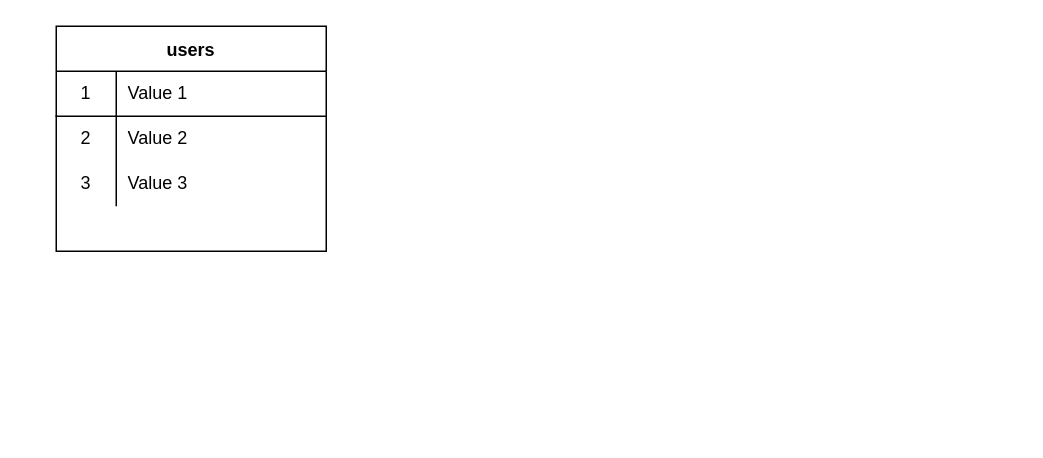
project-ultra-2022/db.postgresql keeps this draw.io diagram as santiago/documentacion/db.drawio. Above is the earlier version. Source tidied: cells renumbered, new cells numbered last; positions are measured from the earlier drawing's top-left corner, leaving out a move shared by most shapes. Both pictures are drawn from the tidied source at 150%, with x=0, y=0 at pixel (56, 26).
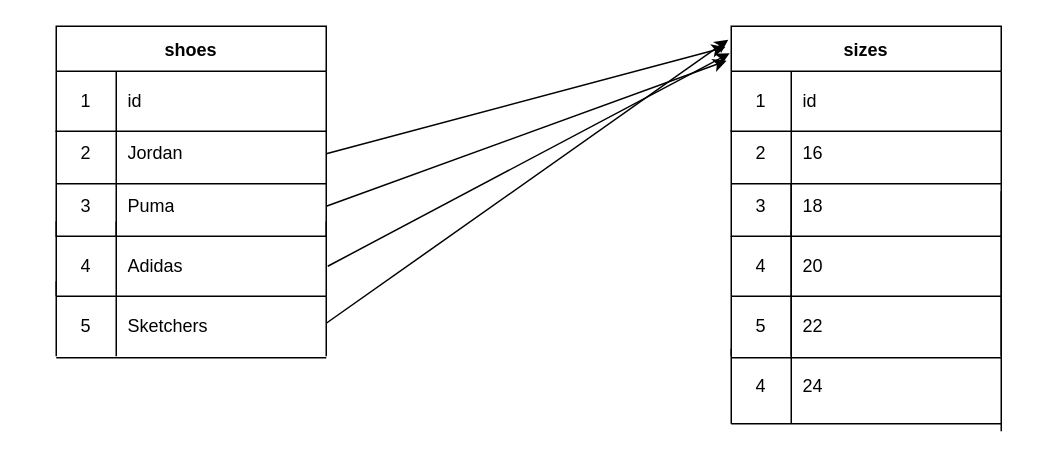
The same diagram, later.

Commit message:
Tarea punto 2 - Santiago

Diff of the diagram source:
```diff
@@
-    <mxCell id="2" value="users" style="shape=table;startSize=30;childLayout=tableLayout;rowLines=0;fontStyle=1;align=center;" parent="1" vertex="1">
-      <mxGeometry width="180" height="150" as="geometry" />
+    <mxCell id="2" value="shoes" style="shape=table;startSize=30;childLayout=tableLayout;rowLines=0;fontStyle=1;align=center;" parent="1" vertex="1">
+      <mxGeometry width="180" height="140" as="geometry" />
     </mxCell>
     <mxCell id="3" style="shape=partialRectangle;html=1;whiteSpace=wrap;fillColor=none;top=0;left=0;bottom=1;right=0;" parent="2" vertex="1">
-      <mxGeometry y="30" width="180" height="30" as="geometry" />
+      <mxGeometry y="30" width="180" height="40" as="geometry" />
     </mxCell>
     <mxCell id="4" value="1" style="shape=partialRectangle;html=1;whiteSpace=wrap;fillColor=none;top=0;left=0;bottom=0;right=0;overflow=hidden;" parent="3" vertex="1">
-      <mxGeometry width="40" height="30" as="geometry" />
+      <mxGeometry width="40" height="40" as="geometry" />
     </mxCell>
-    <mxCell id="5" value="Value 1" style="shape=partialRectangle;html=1;whiteSpace=wrap;fillColor=none;top=0;left=0;bottom=0;right=0;align=left;spacingLeft=6;overflow=hidden;" parent="3" vertex="1">
-      <mxGeometry x="40" width="140" height="30" as="geometry" />
+    <mxCell id="5" value="id" style="shape=partialRectangle;html=1;whiteSpace=wrap;fillColor=none;top=0;left=0;bottom=0;right=0;align=left;spacingLeft=6;overflow=hidden;" parent="3" vertex="1">
+      <mxGeometry x="40" width="140" height="40" as="geometry" />
     </mxCell>
     <mxCell id="6" style="shape=partialRectangle;html=1;whiteSpace=wrap;fillColor=none;top=0;left=0;bottom=0;right=0;points=[[0,0.5],[1,0.5]];portConstraint=eastwest;" parent="2" vertex="1">
-      <mxGeometry y="60" width="180" height="30" as="geometry" />
+      <mxGeometry y="70" width="180" height="30" as="geometry" />
     </mxCell>
@@
-    <mxCell id="8" value="Value 2" style="shape=partialRectangle;html=1;whiteSpace=wrap;fillColor=none;top=0;left=0;bottom=0;right=0;align=left;spacingLeft=6;overflow=hidden;" parent="6" vertex="1">
+    <mxCell id="8" value="Jordan" style="shape=partialRectangle;html=1;whiteSpace=wrap;fillColor=none;top=0;left=0;bottom=0;right=0;align=left;spacingLeft=6;overflow=hidden;" parent="6" vertex="1">
       <mxGeometry x="40" width="140" height="30" as="geometry" />
     </mxCell>
     <mxCell id="9" style="shape=partialRectangle;html=1;whiteSpace=wrap;fillColor=none;top=0;left=0;bottom=0;right=0;points=[[0,0.5],[1,0.5]];portConstraint=eastwest;" parent="2" vertex="1">
-      <mxGeometry y="90" width="180" height="30" as="geometry" />
+      <mxGeometry y="100" width="180" height="40" as="geometry" />
     </mxCell>
     <mxCell id="10" value="3" style="shape=partialRectangle;html=1;whiteSpace=wrap;fillColor=none;top=0;left=0;bottom=0;right=0;overflow=hidden;" parent="9" vertex="1">
-      <mxGeometry width="40" height="30" as="geometry" />
+      <mxGeometry width="40" height="40" as="geometry" />
     </mxCell>
-    <mxCell id="11" value="Value 3" style="shape=partialRectangle;html=1;whiteSpace=wrap;fillColor=none;top=0;left=0;bottom=0;right=0;align=left;spacingLeft=6;overflow=hidden;" parent="9" vertex="1">
-      <mxGeometry x="40" width="140" height="30" as="geometry" />
+    <mxCell id="11" value="Puma" style="shape=partialRectangle;html=1;whiteSpace=wrap;fillColor=none;top=0;left=0;bottom=0;right=0;align=left;spacingLeft=6;overflow=hidden;" parent="9" vertex="1">
+      <mxGeometry x="40" width="140" height="40" as="geometry" />
     </mxCell>
+    <mxCell id="12" value="sizes" style="shape=table;startSize=30;childLayout=tableLayout;rowLines=0;fontStyle=1;align=center;" parent="1" vertex="1">
+      <mxGeometry x="450" width="180" height="140" as="geometry" />
+    </mxCell>
+    <mxCell id="13" style="shape=partialRectangle;html=1;whiteSpace=wrap;fillColor=none;top=0;left=0;bottom=1;right=0;" parent="12" vertex="1">
+      <mxGeometry y="30" width="180" height="40" as="geometry" />
+    </mxCell>
+    <mxCell id="14" value="1" style="shape=partialRectangle;html=1;whiteSpace=wrap;fillColor=none;top=0;left=0;bottom=0;right=0;overflow=hidden;" parent="13" vertex="1">
+      <mxGeometry width="40" height="40" as="geometry" />
+    </mxCell>
+    <mxCell id="15" value="id" style="shape=partialRectangle;html=1;whiteSpace=wrap;fillColor=none;top=0;left=0;bottom=0;right=0;align=left;spacingLeft=6;overflow=hidden;" parent="13" vertex="1">
+      <mxGeometry x="40" width="140" height="40" as="geometry" />
+    </mxCell>
+    <mxCell id="16" style="shape=partialRectangle;html=1;whiteSpace=wrap;fillColor=none;top=0;left=0;bottom=0;right=0;" parent="12" vertex="1">
+      <mxGeometry y="70" width="180" height="30" as="geometry" />
+    </mxCell>
+    <mxCell id="17" value="2" style="shape=partialRectangle;html=1;whiteSpace=wrap;fillColor=none;top=0;left=0;bottom=0;right=0;overflow=hidden;" parent="16" vertex="1">
+      <mxGeometry width="40" height="30" as="geometry" />
+    </mxCell>
+    <mxCell id="18" value="16" style="shape=partialRectangle;html=1;whiteSpace=wrap;fillColor=none;top=0;left=0;bottom=0;right=0;align=left;spacingLeft=6;overflow=hidden;" parent="16" vertex="1">
+      <mxGeometry x="40" width="140" height="30" as="geometry" />
+    </mxCell>
+    <mxCell id="19" style="shape=partialRectangle;html=1;whiteSpace=wrap;fillColor=none;top=0;left=0;bottom=0;right=0;" parent="12" vertex="1">
+      <mxGeometry y="100" width="180" height="40" as="geometry" />
+    </mxCell>
+    <mxCell id="20" value="3" style="shape=partialRectangle;html=1;whiteSpace=wrap;fillColor=none;top=0;left=0;bottom=0;right=0;overflow=hidden;" parent="19" vertex="1">
+      <mxGeometry width="40" height="40" as="geometry" />
+    </mxCell>
+    <mxCell id="21" value="18" style="shape=partialRectangle;html=1;whiteSpace=wrap;fillColor=none;top=0;left=0;bottom=0;right=0;align=left;spacingLeft=6;overflow=hidden;" parent="19" vertex="1">
+      <mxGeometry x="40" width="140" height="40" as="geometry" />
+    </mxCell>
+    <mxCell id="22" style="line;strokeWidth=1;html=1;" parent="1" vertex="1">
+      <mxGeometry y="100" width="180" height="10" as="geometry" />
+    </mxCell>
+    <mxCell id="23" style="line;strokeWidth=1;html=1;" parent="1" vertex="1">
+      <mxGeometry x="450" y="100" width="180" height="10" as="geometry" />
+    </mxCell>
+    <mxCell id="24" value="Adidas" style="shape=partialRectangle;html=1;whiteSpace=wrap;fillColor=none;top=0;left=0;bottom=0;right=0;align=left;spacingLeft=6;overflow=hidden;" parent="1" vertex="1">
+      <mxGeometry x="40" y="140" width="140" height="40" as="geometry" />
+    </mxCell>
+    <mxCell id="25" value="4" style="shape=partialRectangle;html=1;whiteSpace=wrap;fillColor=none;top=0;left=0;bottom=0;right=0;overflow=hidden;" parent="1" vertex="1">
+      <mxGeometry y="140" width="40" height="40" as="geometry" />
+    </mxCell>
+    <mxCell id="26" style="line;strokeWidth=1;direction=south;html=1;" parent="1" vertex="1">
+      <mxGeometry x="-20" y="130" width="40" height="50" as="geometry" />
+    </mxCell>
+    <mxCell id="27" style="line;strokeWidth=1;direction=south;html=1;" parent="1" vertex="1">
+      <mxGeometry x="30" y="130" width="20" height="90" as="geometry" />
+    </mxCell>
+    <mxCell id="28" style="line;strokeWidth=1;direction=south;html=1;" parent="1" vertex="1">
+      <mxGeometry x="170" y="130" width="20" height="50" as="geometry" />
+    </mxCell>
+    <mxCell id="29" style="line;strokeWidth=1;html=1;" parent="1" vertex="1">
+      <mxGeometry y="170" width="180" height="20" as="geometry" />
+    </mxCell>
+    <mxCell id="30" value="20" style="shape=partialRectangle;html=1;whiteSpace=wrap;fillColor=none;top=0;left=0;bottom=0;right=0;align=left;spacingLeft=6;overflow=hidden;" parent="1" vertex="1">
+      <mxGeometry x="490" y="130" width="140" height="60" as="geometry" />
+    </mxCell>
+    <mxCell id="31" value="4" style="shape=partialRectangle;html=1;whiteSpace=wrap;fillColor=none;top=0;left=0;bottom=0;right=0;overflow=hidden;" parent="1" vertex="1">
+      <mxGeometry x="450" y="140" width="40" height="40" as="geometry" />
+    </mxCell>
+    <mxCell id="32" style="line;strokeWidth=1;html=1;" parent="1" vertex="1">
+      <mxGeometry x="450" y="160" width="180" height="40" as="geometry" />
+    </mxCell>
+    <mxCell id="33" style="line;strokeWidth=1;direction=south;html=1;" parent="1" vertex="1">
+      <mxGeometry x="440" y="140" width="20" height="40" as="geometry" />
+    </mxCell>
+    <mxCell id="34" style="line;strokeWidth=1;direction=south;html=1;" parent="1" vertex="1">
+      <mxGeometry x="620" y="140" width="20" height="40" as="geometry" />
+    </mxCell>
+    <mxCell id="35" style="line;strokeWidth=1;direction=south;html=1;" parent="1" vertex="1">
+      <mxGeometry x="480" y="136" width="20" height="44" as="geometry" />
+    </mxCell>
+    <mxCell id="36" value="22" style="shape=partialRectangle;html=1;whiteSpace=wrap;fillColor=none;top=0;left=0;bottom=0;right=0;align=left;spacingLeft=6;overflow=hidden;" parent="1" vertex="1">
+      <mxGeometry x="490" y="180" width="140" height="40" as="geometry" />
+    </mxCell>
+    <mxCell id="37" value="5" style="shape=partialRectangle;html=1;whiteSpace=wrap;fillColor=none;top=0;left=0;bottom=0;right=0;overflow=hidden;" parent="1" vertex="1">
+      <mxGeometry x="450" y="180" width="40" height="40" as="geometry" />
+    </mxCell>
+    <mxCell id="38" value="24" style="shape=partialRectangle;html=1;whiteSpace=wrap;fillColor=none;top=0;left=0;bottom=0;right=0;align=left;spacingLeft=6;overflow=hidden;" parent="1" vertex="1">
+      <mxGeometry x="490" y="220" width="140" height="40" as="geometry" />
+    </mxCell>
+    <mxCell id="39" value="4" style="shape=partialRectangle;html=1;whiteSpace=wrap;fillColor=none;top=0;left=0;bottom=0;right=0;overflow=hidden;" parent="1" vertex="1">
+      <mxGeometry x="450" y="220" width="40" height="40" as="geometry" />
+    </mxCell>
+    <mxCell id="40" style="line;strokeWidth=1;html=1;" parent="1" vertex="1">
+      <mxGeometry x="450" y="216" width="180" height="10" as="geometry" />
+    </mxCell>
+    <mxCell id="41" style="line;strokeWidth=1;direction=south;html=1;" parent="1" vertex="1">
+      <mxGeometry x="445" y="180" width="10" height="40" as="geometry" />
+    </mxCell>
+    <mxCell id="42" style="line;strokeWidth=1;direction=south;html=1;" parent="1" vertex="1">
+      <mxGeometry x="485" y="180" width="10" height="40" as="geometry" />
+    </mxCell>
+    <mxCell id="43" style="line;strokeWidth=1;direction=south;html=1;" parent="1" vertex="1">
+      <mxGeometry x="625" y="180" width="10" height="40" as="geometry" />
+    </mxCell>
+    <mxCell id="44" style="line;strokeWidth=1;direction=south;html=1;" parent="1" vertex="1">
+      <mxGeometry x="625" y="110" width="10" height="160" as="geometry" />
+    </mxCell>
+    <mxCell id="45" style="line;strokeWidth=1;html=1;" parent="1" vertex="1">
+      <mxGeometry x="450" y="260" width="180" height="10" as="geometry" />
+    </mxCell>
+    <mxCell id="46" style="line;strokeWidth=1;direction=south;html=1;" parent="1" vertex="1">
+      <mxGeometry x="485" y="105" width="10" height="160" as="geometry" />
+    </mxCell>
+    <mxCell id="47" style="line;strokeWidth=1;direction=south;html=1;" parent="1" vertex="1">
+      <mxGeometry x="445" y="215" width="10" height="50" as="geometry" />
+    </mxCell>
+    <mxCell id="48" value="Sketchers" style="shape=partialRectangle;html=1;whiteSpace=wrap;fillColor=none;top=0;left=0;bottom=0;right=0;align=left;spacingLeft=6;overflow=hidden;" parent="1" vertex="1">
+      <mxGeometry x="40" y="180" width="140" height="40" as="geometry" />
+    </mxCell>
+    <mxCell id="49" value="5" style="shape=partialRectangle;html=1;whiteSpace=wrap;fillColor=none;top=0;left=0;bottom=0;right=0;overflow=hidden;" parent="1" vertex="1">
+      <mxGeometry y="180" width="40" height="40" as="geometry" />
+    </mxCell>
+    <mxCell id="50" style="line;strokeWidth=1;html=1;" parent="1" vertex="1">
+      <mxGeometry y="216" width="180" height="10" as="geometry" />
+    </mxCell>
+    <mxCell id="51" style="line;strokeWidth=1;direction=south;html=1;" parent="1" vertex="1">
+      <mxGeometry x="175" y="180" width="10" height="40" as="geometry" />
+    </mxCell>
+    <mxCell id="52" style="line;strokeWidth=1;direction=south;html=1;" parent="1" vertex="1">
+      <mxGeometry x="-5" y="170" width="10" height="50" as="geometry" />
+    </mxCell>
+    <mxCell id="53" style="endArrow=classic;html=1;exitX=1;exitY=0.5;exitDx=0;exitDy=0;entryX=-0.022;entryY=0.1;entryDx=0;entryDy=0;entryPerimeter=0;" parent="1" edge="1" source="6" target="12">
+      <mxGeometry relative="1" as="geometry" />
+    </mxCell>
+    <mxCell id="54" style="endArrow=classic;html=1;exitX=1;exitY=0.5;exitDx=0;exitDy=0;entryX=-0.017;entryY=0.164;entryDx=0;entryDy=0;entryPerimeter=0;" parent="1" edge="1" source="9" target="12">
+      <mxGeometry relative="1" as="geometry" />
+    </mxCell>
+    <mxCell id="55" style="endArrow=classic;html=1;exitX=0.6;exitY=0.45;exitDx=0;exitDy=0;exitPerimeter=0;entryX=-0.006;entryY=0.129;entryDx=0;entryDy=0;entryPerimeter=0;" parent="1" edge="1" source="28" target="12">
+      <mxGeometry relative="1" as="geometry" />
+    </mxCell>
+    <mxCell id="56" style="endArrow=classic;html=1;exitX=0.45;exitY=0.5;exitDx=0;exitDy=0;exitPerimeter=0;entryX=-0.011;entryY=0.064;entryDx=0;entryDy=0;entryPerimeter=0;" parent="1" edge="1" source="51" target="12">
+      <mxGeometry relative="1" as="geometry" />
+    </mxCell>
```
